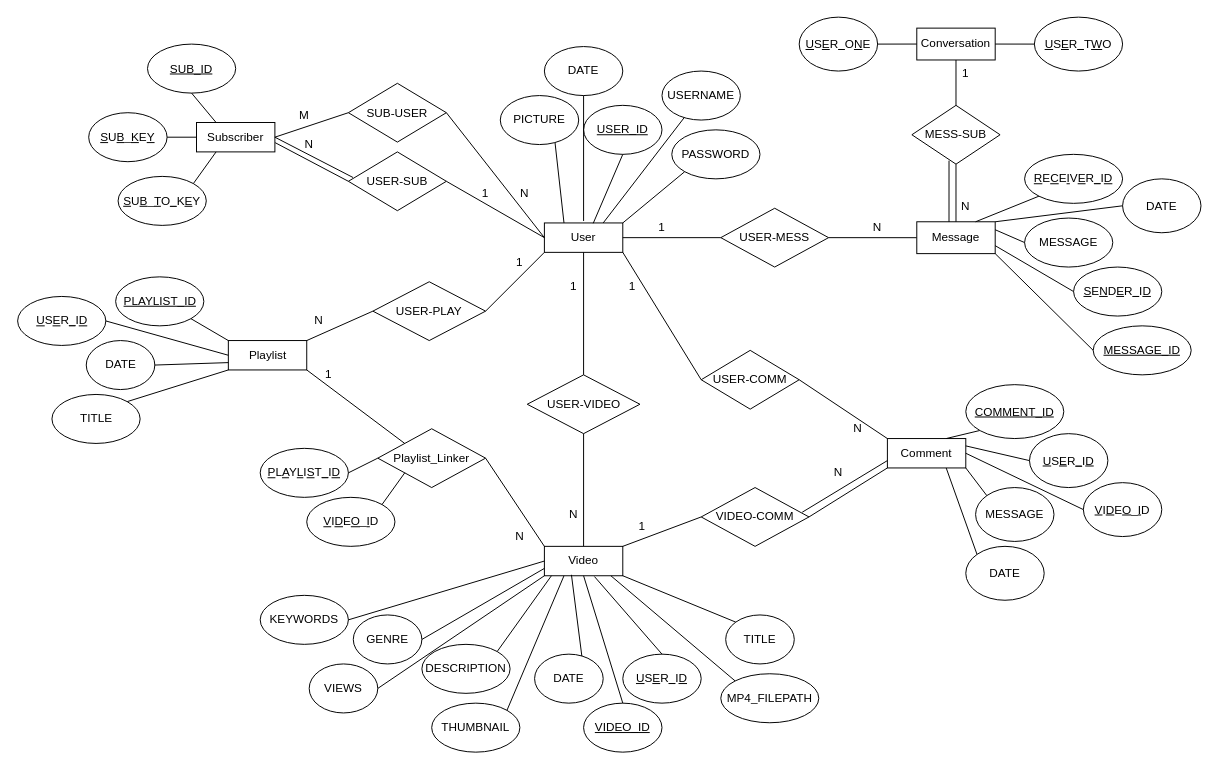
Jacob-Mellichamp/MeTube keeps this draw.io diagram as Design/Tables/ER_Diagram.drawio. Above is the earlier version. Source tidied: cells renumbered, new cells numbered last; positions are measured from the earlier drawing's top-left corner, leaving out a move shared by most shapes. Both pictures are drawn from the tidied source at 98%, with x=0, y=0 at pixel (17, 17).
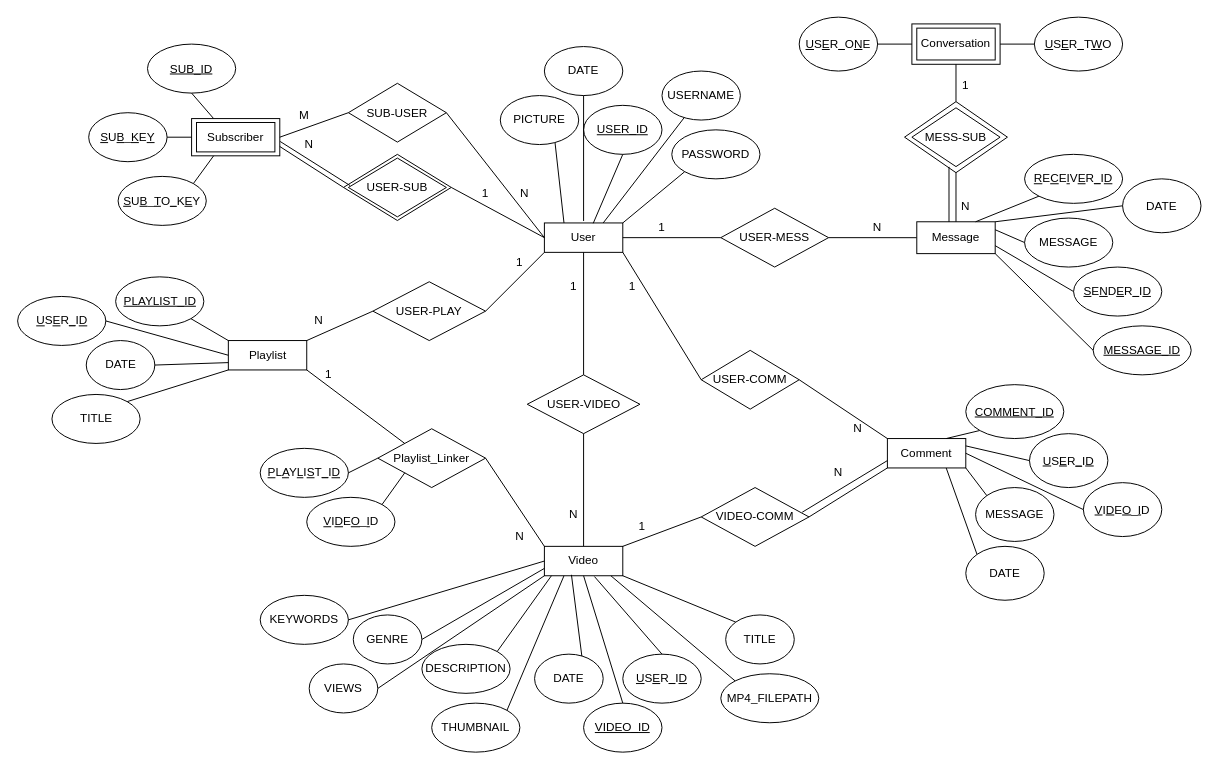
The same diagram, later.

Unchanged cells that the change refers to:
```xml
<mxCell id="2" value="User" style="rounded=0;whiteSpace=wrap;html=1;" parent="1" vertex="1">
  <mxGeometry x="538" y="210" width="80" height="30" as="geometry" />
</mxCell>
<mxCell id="39" value="Subscriber" style="rounded=0;whiteSpace=wrap;html=1;" parent="1" vertex="1">
  <mxGeometry x="183" y="107.5" width="80" height="30" as="geometry" />
</mxCell>
<mxCell id="45" value="SUB-USER" style="rhombus;whiteSpace=wrap;html=1;" parent="1" vertex="1">
  <mxGeometry x="338" y="67.5" width="100" height="60" as="geometry" />
</mxCell>
<mxCell id="52" value="&lt;u&gt;SUB_ID&lt;/u&gt;" style="ellipse;whiteSpace=wrap;html=1;" parent="1" vertex="1">
  <mxGeometry x="133" y="27.5" width="90" height="50" as="geometry" />
</mxCell>
<mxCell id="53" value="&lt;u&gt;S&lt;/u&gt;U&lt;u&gt;B&lt;/u&gt;_&lt;u&gt;K&lt;/u&gt;E&lt;u&gt;Y&lt;/u&gt;" style="ellipse;whiteSpace=wrap;html=1;" parent="1" vertex="1">
  <mxGeometry x="73" y="97.5" width="80" height="50" as="geometry" />
</mxCell>
<mxCell id="55" value="&lt;u&gt;S&lt;/u&gt;U&lt;u&gt;B&lt;/u&gt;_&lt;u&gt;T&lt;/u&gt;O&lt;u&gt;_&lt;/u&gt;K&lt;u&gt;E&lt;/u&gt;Y" style="ellipse;whiteSpace=wrap;html=1;" parent="1" vertex="1">
  <mxGeometry x="103" y="162.5" width="90" height="50" as="geometry" />
</mxCell>
<mxCell id="60" value="Message" style="rounded=0;whiteSpace=wrap;html=1;" parent="1" vertex="1">
  <mxGeometry x="918" y="208.8" width="80" height="32.5" as="geometry" />
</mxCell>
<mxCell id="76" value="Conversation" style="rounded=0;whiteSpace=wrap;html=1;" parent="1" vertex="1">
  <mxGeometry x="918" y="11.2" width="80" height="32.5" as="geometry" />
</mxCell>
<mxCell id="80" value="&lt;u&gt;U&lt;/u&gt;S&lt;u&gt;E&lt;/u&gt;R&lt;u&gt;_&lt;/u&gt;O&lt;u&gt;N&lt;/u&gt;E" style="ellipse;whiteSpace=wrap;html=1;" parent="1" vertex="1">
  <mxGeometry x="798" width="80" height="55" as="geometry" />
</mxCell>
<mxCell id="81" value="&lt;u&gt;U&lt;/u&gt;S&lt;u&gt;E&lt;/u&gt;R&lt;u&gt;_&lt;/u&gt;T&lt;u&gt;W&lt;/u&gt;O" style="ellipse;whiteSpace=wrap;html=1;" parent="1" vertex="1">
  <mxGeometry x="1038" width="90" height="55" as="geometry" />
</mxCell>
```

Diff of the diagram source:
```diff
@@
+    <mxCell id="129" style="rounded=0;whiteSpace=wrap;html=1;" parent="1" vertex="1">
+      <mxGeometry x="178" y="103.5" width="90" height="38" as="geometry" />
+    </mxCell>
+    <mxCell id="130" style="rhombus;whiteSpace=wrap;html=1;" parent="1" vertex="1">
+      <mxGeometry x="333" y="140" width="110" height="67.5" as="geometry" />
+    </mxCell>
+    <mxCell id="131" style="rhombus;whiteSpace=wrap;html=1;" parent="1" vertex="1">
+      <mxGeometry x="905.5" y="86.2" width="105" height="72.5" as="geometry" />
+    </mxCell>
+    <mxCell id="132" style="rounded=0;whiteSpace=wrap;html=1;" parent="1" vertex="1">
+      <mxGeometry x="913" y="6.9" width="90" height="41.2" as="geometry" />
+    </mxCell>
@@
     <mxCell id="40" value="USER-SUB" style="rhombus;whiteSpace=wrap;html=1;" parent="1" vertex="1">
-      <mxGeometry x="338" y="137.5" width="100" height="60" as="geometry" />
+      <mxGeometry x="338" y="143.8" width="100" height="60" as="geometry" />
     </mxCell>
-    <mxCell id="41" style="endArrow=none;html=1;exitX=1;exitY=0.5;exitDx=0;exitDy=0;entryX=0.047;entryY=0.435;entryDx=0;entryDy=0;entryPerimeter=0;" parent="1" edge="1" source="39" target="40">
+    <mxCell id="41" style="endArrow=none;html=1;entryX=0.061;entryY=0.472;entryDx=0;entryDy=0;entryPerimeter=0;exitX=1.004;exitY=0.615;exitDx=0;exitDy=0;exitPerimeter=0;" parent="1" edge="1" source="129" target="130">
       <mxGeometry relative="1" as="geometry" />
     </mxCell>
-    <mxCell id="42" style="endArrow=none;html=1;exitX=1;exitY=0.5;exitDx=0;exitDy=0;entryX=0;entryY=0.5;entryDx=0;entryDy=0;" parent="1" edge="1" source="40" target="2">
+    <mxCell id="42" style="endArrow=none;html=1;entryX=0;entryY=0.5;entryDx=0;entryDy=0;exitX=1;exitY=0.5;exitDx=0;exitDy=0;" parent="1" edge="1" source="130" target="2">
       <mxGeometry relative="1" as="geometry" />
     </mxCell>
@@
-    <mxCell id="46" style="endArrow=none;html=1;exitX=1;exitY=0.5;exitDx=0;exitDy=0;entryX=0;entryY=0.5;entryDx=0;entryDy=0;" parent="1" edge="1" source="39" target="45">
+    <mxCell id="46" style="endArrow=none;html=1;entryX=0;entryY=0.5;entryDx=0;entryDy=0;exitX=1;exitY=0.5;exitDx=0;exitDy=0;" parent="1" edge="1" source="129" target="45">
       <mxGeometry relative="1" as="geometry" />
     </mxCell>
@@
-    <mxCell id="50" style="endArrow=none;html=1;entryX=0;entryY=0.5;entryDx=0;entryDy=0;exitX=1.004;exitY=0.687;exitDx=0;exitDy=0;exitPerimeter=0;" parent="1" edge="1" source="39" target="40">
+    <mxCell id="50" style="endArrow=none;html=1;exitX=1;exitY=0.75;exitDx=0;exitDy=0;entryX=0;entryY=0.5;entryDx=0;entryDy=0;" parent="1" edge="1" source="129" target="130">
       <mxGeometry relative="1" as="geometry" />
     </mxCell>
-    <mxCell id="51" style="endArrow=none;html=1;exitX=0.25;exitY=0;exitDx=0;exitDy=0;entryX=0.5;entryY=1;entryDx=0;entryDy=0;" parent="1" edge="1" source="39" target="52">
+    <mxCell id="51" style="endArrow=none;html=1;entryX=0.5;entryY=1;entryDx=0;entryDy=0;exitX=0.25;exitY=0;exitDx=0;exitDy=0;" parent="1" edge="1" source="129" target="52">
       <mxGeometry relative="1" as="geometry" />
     </mxCell>
@@
-    <mxCell id="54" style="endArrow=none;html=1;entryX=0;entryY=0.5;entryDx=0;entryDy=0;exitX=1;exitY=0.5;exitDx=0;exitDy=0;" parent="1" edge="1" source="53" target="39">
+    <mxCell id="54" style="endArrow=none;html=1;exitX=1;exitY=0.5;exitDx=0;exitDy=0;entryX=0;entryY=0.5;entryDx=0;entryDy=0;" parent="1" edge="1" source="53" target="129">
       <mxGeometry relative="1" as="geometry" />
     </mxCell>
@@
-    <mxCell id="56" style="endArrow=none;html=1;exitX=1;exitY=0;exitDx=0;exitDy=0;entryX=0.25;entryY=1;entryDx=0;entryDy=0;" parent="1" edge="1" source="55" target="39">
+    <mxCell id="56" style="endArrow=none;html=1;exitX=1;exitY=0;exitDx=0;exitDy=0;entryX=0.25;entryY=1;entryDx=0;entryDy=0;" parent="1" edge="1" source="55" target="129">
       <mxGeometry relative="1" as="geometry" />
     </mxCell>
@@
     <mxCell id="73" value="MESS-SUB" style="rhombus;whiteSpace=wrap;html=1;" parent="1" vertex="1">
-      <mxGeometry x="913" y="90" width="90" height="60" as="geometry" />
+      <mxGeometry x="913" y="92.5" width="90" height="60" as="geometry" />
     </mxCell>
-    <mxCell id="74" style="endArrow=none;html=1;exitX=0.5;exitY=0;exitDx=0;exitDy=0;" parent="1" edge="1" source="60">
-      <mxGeometry relative="1" as="geometry">
-        <mxPoint x="958" y="150" as="targetPoint" />
-      </mxGeometry>
+    <mxCell id="74" style="endArrow=none;html=1;exitX=0.5;exitY=0;exitDx=0;exitDy=0;entryX=0.5;entryY=1;entryDx=0;entryDy=0;" parent="1" edge="1" source="60" target="131">
+      <mxGeometry relative="1" as="geometry" />
     </mxCell>
-    <mxCell id="75" style="endArrow=none;html=1;exitX=0.5;exitY=0;exitDx=0;exitDy=0;entryX=0.5;entryY=1;entryDx=0;entryDy=0;" parent="1" edge="1" source="73" target="76">
+    <mxCell id="75" style="endArrow=none;html=1;exitX=0.5;exitY=0;exitDx=0;exitDy=0;entryX=0.5;entryY=1;entryDx=0;entryDy=0;" parent="1" edge="1" source="131" target="132">
       <mxGeometry relative="1" as="geometry" />
     </mxCell>
@@
     <mxCell id="78" value="1" style="text;html=1;strokeColor=none;fillColor=none;align=center;verticalAlign=middle;whiteSpace=wrap;rounded=0;" parent="1" vertex="1">
-      <mxGeometry x="948" y="47.5" width="40" height="20" as="geometry" />
+      <mxGeometry x="948" y="60" width="40" height="20" as="geometry" />
     </mxCell>
-    <mxCell id="79" style="endArrow=none;html=1;exitX=0;exitY=0.5;exitDx=0;exitDy=0;entryX=1;entryY=0.5;entryDx=0;entryDy=0;" parent="1" edge="1" source="76" target="80">
+    <mxCell id="79" style="endArrow=none;html=1;entryX=1;entryY=0.5;entryDx=0;entryDy=0;exitX=0;exitY=0.5;exitDx=0;exitDy=0;" parent="1" edge="1" source="132" target="80">
       <mxGeometry relative="1" as="geometry" />
     </mxCell>
@@
-    <mxCell id="82" style="endArrow=none;html=1;exitX=1;exitY=0.5;exitDx=0;exitDy=0;entryX=0;entryY=0.5;entryDx=0;entryDy=0;" parent="1" edge="1" source="76" target="81">
+    <mxCell id="82" style="endArrow=none;html=1;entryX=0;entryY=0.5;entryDx=0;entryDy=0;exitX=1;exitY=0.5;exitDx=0;exitDy=0;" parent="1" edge="1" source="132" target="81">
       <mxGeometry relative="1" as="geometry" />
     </mxCell>
@@
-    <mxCell id="128" style="endArrow=none;html=1;entryX=0.421;entryY=0.941;entryDx=0;entryDy=0;entryPerimeter=0;exitX=0.411;exitY=0.004;exitDx=0;exitDy=0;exitPerimeter=0;" parent="1" edge="1" source="60" target="73">
+    <mxCell id="128" style="endArrow=none;html=1;exitX=0.411;exitY=0.004;exitDx=0;exitDy=0;exitPerimeter=0;entryX=0.432;entryY=0.918;entryDx=0;entryDy=0;entryPerimeter=0;" parent="1" edge="1" source="60" target="131">
       <mxGeometry relative="1" as="geometry" />
     </mxCell>
```
